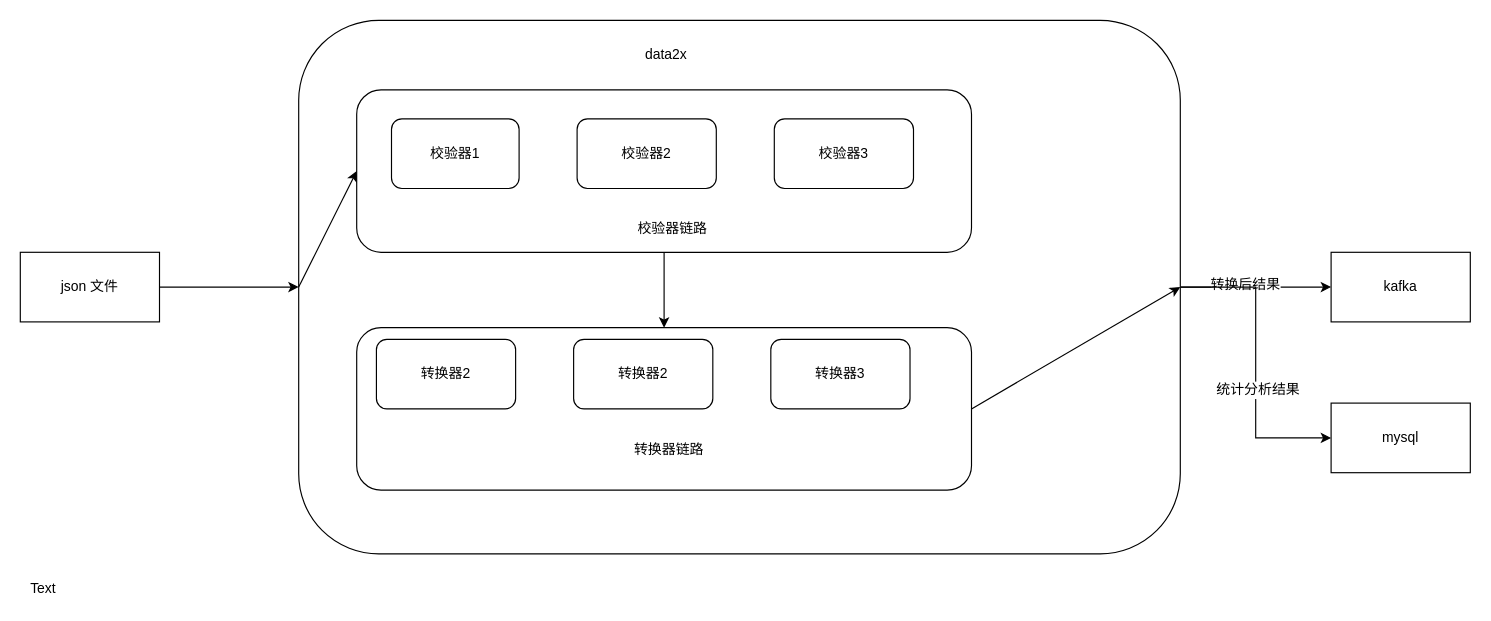
Earlier version of the draw.io diagram data2x架构图.drawio (junjun888/flow-chat). Source tidied: cells renumbered, new cells numbered last; positions are measured from the earlier drawing's top-left corner, leaving out a move shared by most shapes. Both pictures are drawn from the tidied source at 116%, with x=0, y=0 at pixel (20, 20).
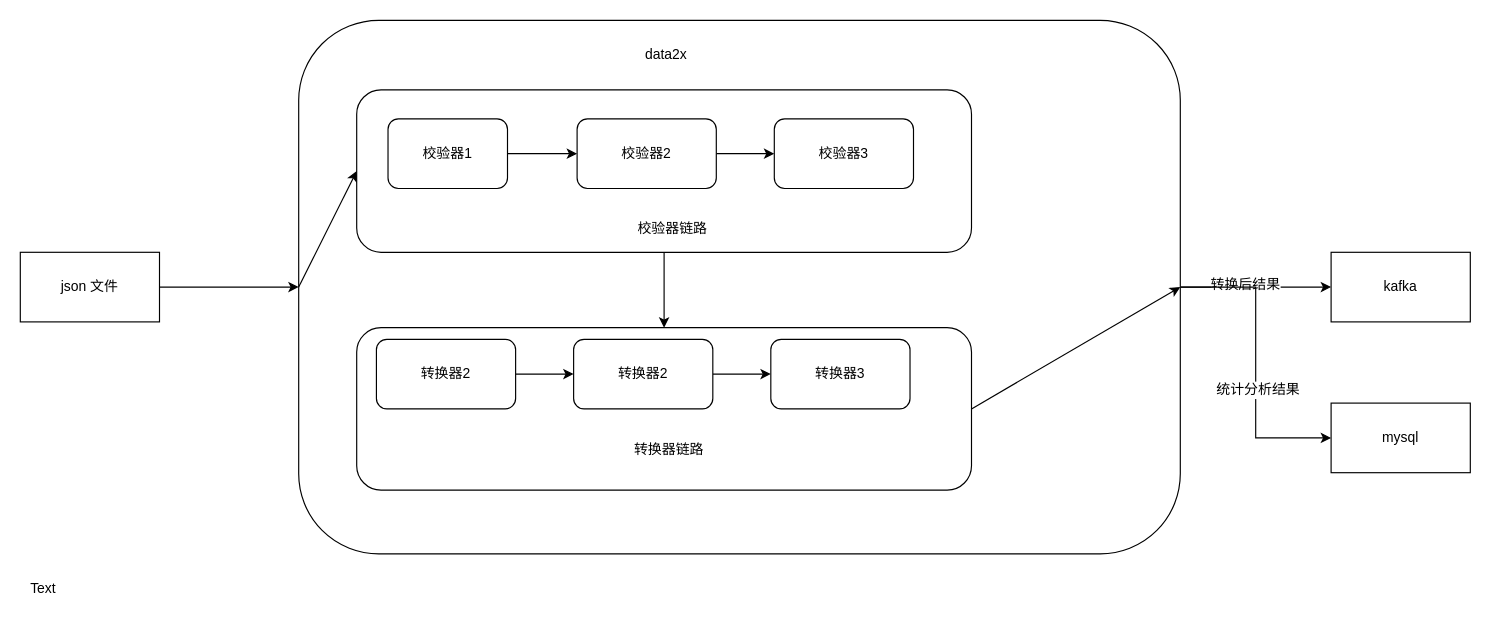
The same page after the edit.

Commit message:
更新data2x架构图.drawio

The change refers to these unchanged cells:
```xml
<mxCell id="12" value="&lt;span style=&quot;white-space: normal&quot;&gt;校验器2&lt;/span&gt;" style="rounded=1;whiteSpace=wrap;html=1;" parent="1" vertex="1">
  <mxGeometry x="480" y="85" width="120" height="60" as="geometry" />
</mxCell>
<mxCell id="13" value="&lt;span style=&quot;white-space: normal&quot;&gt;校验器3&lt;/span&gt;" style="rounded=1;whiteSpace=wrap;html=1;" parent="1" vertex="1">
  <mxGeometry x="650" y="85" width="120" height="60" as="geometry" />
</mxCell>
<mxCell id="17" value="转换器2" style="rounded=1;whiteSpace=wrap;html=1;" parent="1" vertex="1">
  <mxGeometry x="307" y="275" width="120" height="60" as="geometry" />
</mxCell>
<mxCell id="18" value="转换器2" style="rounded=1;whiteSpace=wrap;html=1;" parent="1" vertex="1">
  <mxGeometry x="477" y="275" width="120" height="60" as="geometry" />
</mxCell>
<mxCell id="19" value="转换器3" style="rounded=1;whiteSpace=wrap;html=1;" parent="1" vertex="1">
  <mxGeometry x="647" y="275" width="120" height="60" as="geometry" />
</mxCell>
```

What changed in the source:
```diff
@@
+    <mxCell id="26" style="edgeStyle=orthogonalEdgeStyle;rounded=0;jettySize=auto;html=1;entryX=0;entryY=0.5;entryDx=0;entryDy=0;" parent="1" edge="1" source="11" target="12">
+      <mxGeometry relative="1" as="geometry" />
+    </mxCell>
     <mxCell id="11" value="校验器1" style="rounded=1;whiteSpace=wrap;html=1;" parent="1" vertex="1">
-      <mxGeometry x="320" y="85" width="110" height="60" as="geometry" />
+      <mxGeometry x="317" y="85" width="103" height="60" as="geometry" />
     </mxCell>
+    <mxCell id="27" style="edgeStyle=orthogonalEdgeStyle;rounded=0;jettySize=auto;html=1;" parent="1" edge="1" source="12" target="13">
+      <mxGeometry relative="1" as="geometry" />
+    </mxCell>
@@
+    <mxCell id="28" style="edgeStyle=orthogonalEdgeStyle;rounded=0;jettySize=auto;html=1;entryX=0;entryY=0.5;entryDx=0;entryDy=0;" parent="1" edge="1" source="17" target="18">
+      <mxGeometry relative="1" as="geometry" />
+    </mxCell>
@@
+    <mxCell id="29" style="edgeStyle=orthogonalEdgeStyle;rounded=0;jettySize=auto;html=1;" parent="1" edge="1" source="18" target="19">
+      <mxGeometry relative="1" as="geometry" />
+    </mxCell>
```
